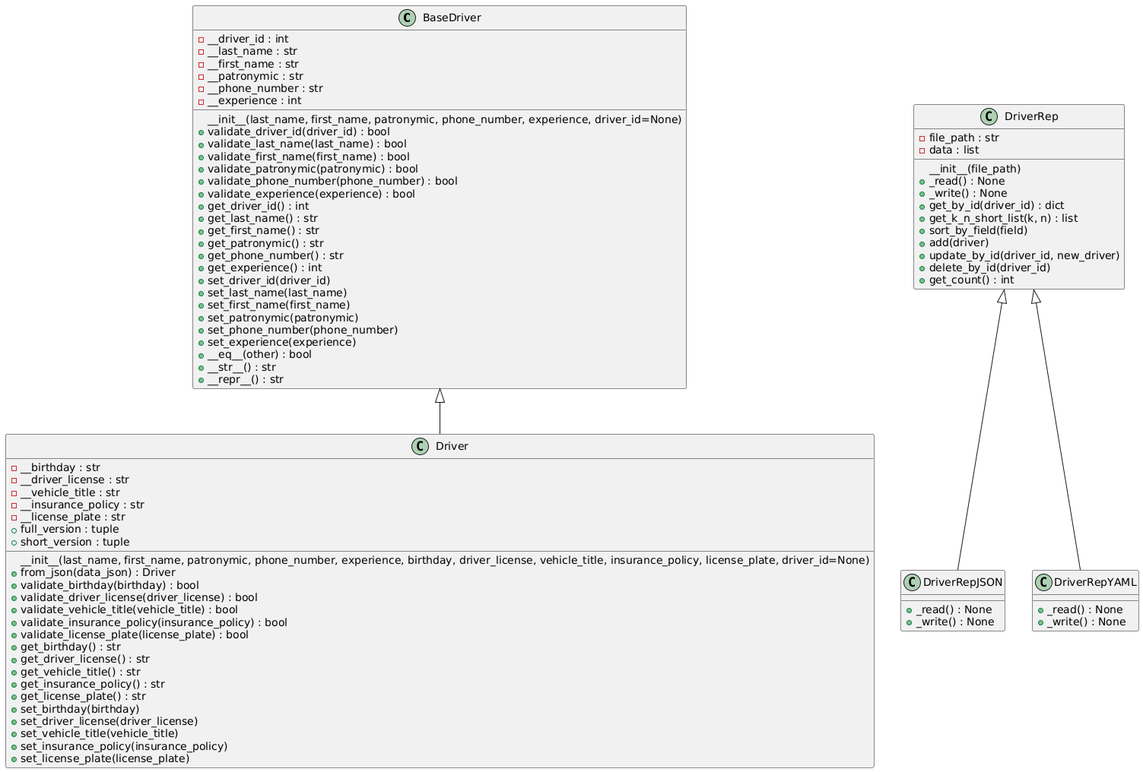
mavlyukaev/info_sys_design keeps this PlantUML diagram as LR2/3. Diagram class.png. Above is the earlier version. Its diagram source:
```plantuml
@startuml
class BaseDriver {
    - __driver_id : int
    - __last_name : str
    - __first_name : str
    - __patronymic : str
    - __phone_number : str
    - __experience : int
    __init__(last_name, first_name, patronymic, phone_number, experience, driver_id=None)
    + validate_driver_id(driver_id) : bool
    + validate_last_name(last_name) : bool
    + validate_first_name(first_name) : bool
    + validate_patronymic(patronymic) : bool
    + validate_phone_number(phone_number) : bool
    + validate_experience(experience) : bool
    + get_driver_id() : int
    + get_last_name() : str
    + get_first_name() : str
    + get_patronymic() : str
    + get_phone_number() : str
    + get_experience() : int
    + set_driver_id(driver_id)
    + set_last_name(last_name)
    + set_first_name(first_name)
    + set_patronymic(patronymic)
    + set_phone_number(phone_number)
    + set_experience(experience)
    + __eq__(other) : bool
    + __str__() : str
    + __repr__() : str
}

class Driver {
    - __birthday : str
    - __driver_license : str
    - __vehicle_title : str
    - __insurance_policy : str
    - __license_plate : str
    __init__(last_name, first_name, patronymic, phone_number, experience, birthday, driver_license, vehicle_title, insurance_policy, license_plate, driver_id=None)
    + from_json(data_json) : Driver
    + validate_birthday(birthday) : bool
    + validate_driver_license(driver_license) : bool
    + validate_vehicle_title(vehicle_title) : bool
    + validate_insurance_policy(insurance_policy) : bool
    + validate_license_plate(license_plate) : bool
    + full_version : tuple
    + short_version : tuple
    + get_birthday() : str
    + get_driver_license() : str
    + get_vehicle_title() : str
    + get_insurance_policy() : str
    + get_license_plate() : str
    + set_birthday(birthday)
    + set_driver_license(driver_license)
    + set_vehicle_title(vehicle_title)
    + set_insurance_policy(insurance_policy)
    + set_license_plate(license_plate)
}

class DriverRep {
    - file_path : str
    - data : list
    __init__(file_path)
    + _read() : None
    + _write() : None
    + get_by_id(driver_id) : dict
    + get_k_n_short_list(k, n) : list
    + sort_by_field(field)
    + add(driver)
    + update_by_id(driver_id, new_driver)
    + delete_by_id(driver_id)
    + get_count() : int
}

class DriverRepJSON {
    + _read() : None
    + _write() : None
}

class DriverRepYAML {
    + _read() : None
    + _write() : None
}

BaseDriver <|-- Driver
DriverRep <|-- DriverRepJSON
DriverRep <|-- DriverRepYAML
@enduml
```
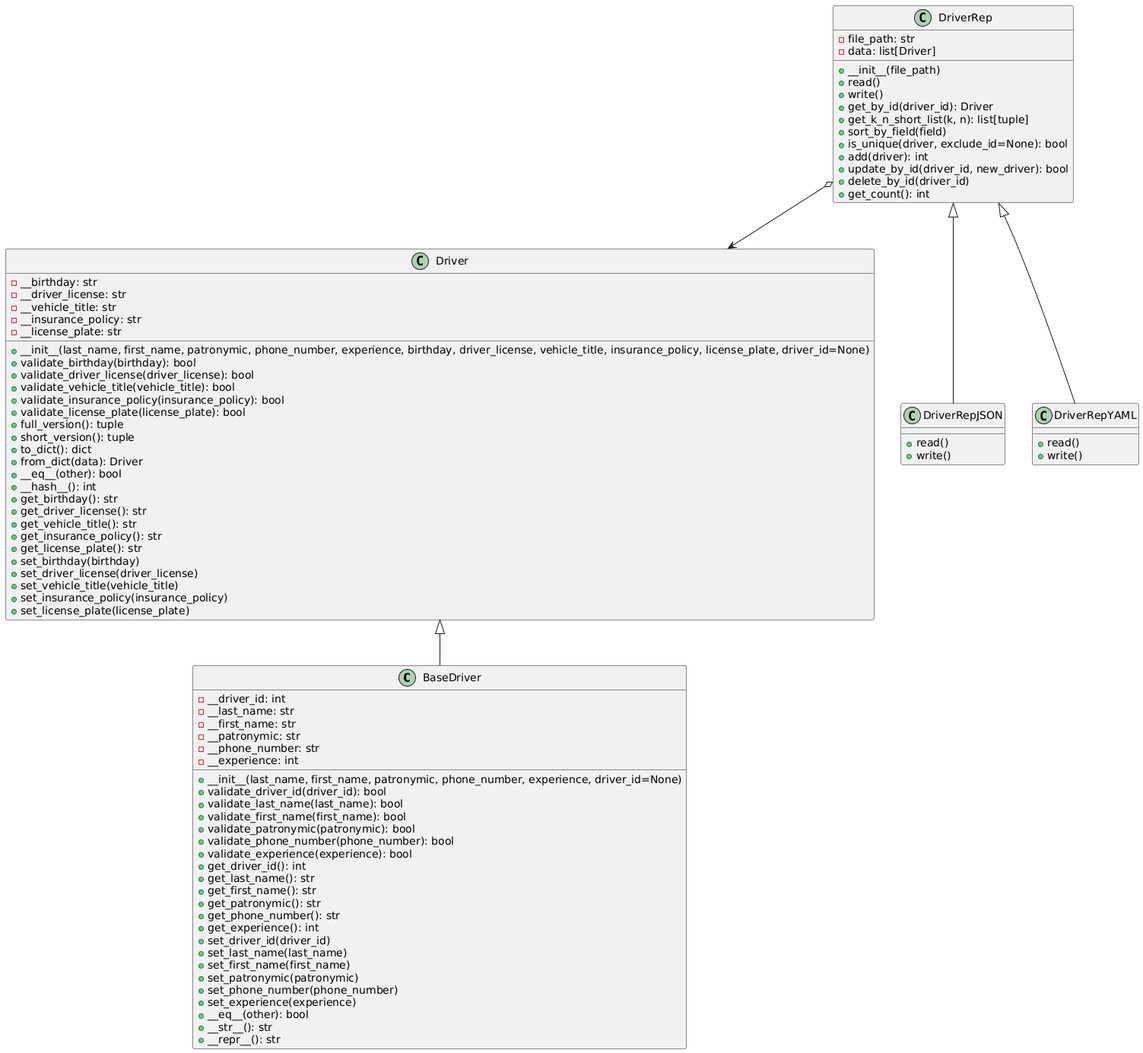
Above is the later version.

Change to the diagram source:
```diff
@@ -1,55 +1,58 @@
 @startuml
 class BaseDriver {
-    - __driver_id : int
-    - __last_name : str
-    - __first_name : str
-    - __patronymic : str
-    - __phone_number : str
-    - __experience : int
-    __init__(last_name, first_name, patronymic, phone_number, experience, driver_id=None)
-    + validate_driver_id(driver_id) : bool
-    + validate_last_name(last_name) : bool
-    + validate_first_name(first_name) : bool
-    + validate_patronymic(patronymic) : bool
-    + validate_phone_number(phone_number) : bool
-    + validate_experience(experience) : bool
-    + get_driver_id() : int
-    + get_last_name() : str
-    + get_first_name() : str
-    + get_patronymic() : str
-    + get_phone_number() : str
-    + get_experience() : int
+    - __driver_id: int
+    - __last_name: str
+    - __first_name: str
+    - __patronymic: str
+    - __phone_number: str
+    - __experience: int
+    + __init__(last_name, first_name, patronymic, phone_number, experience, driver_id=None)
+    + validate_driver_id(driver_id): bool
+    + validate_last_name(last_name): bool
+    + validate_first_name(first_name): bool
+    + validate_patronymic(patronymic): bool
+    + validate_phone_number(phone_number): bool
+    + validate_experience(experience): bool
+    + get_driver_id(): int
+    + get_last_name(): str
+    + get_first_name(): str
+    + get_patronymic(): str
+    + get_phone_number(): str
+    + get_experience(): int
     + set_driver_id(driver_id)
     + set_last_name(last_name)
     + set_first_name(first_name)
     + set_patronymic(patronymic)
     + set_phone_number(phone_number)
     + set_experience(experience)
-    + __eq__(other) : bool
-    + __str__() : str
-    + __repr__() : str
+    + __eq__(other): bool
+    + __str__(): str
+    + __repr__(): str
 }
 
 class Driver {
-    - __birthday : str
-    - __driver_license : str
-    - __vehicle_title : str
-    - __insurance_policy : str
-    - __license_plate : str
-    __init__(last_name, first_name, patronymic, phone_number, experience, birthday, driver_license, vehicle_title, insurance_policy, license_plate, driver_id=None)
-    + from_json(data_json) : Driver
-    + validate_birthday(birthday) : bool
-    + validate_driver_license(driver_license) : bool
-    + validate_vehicle_title(vehicle_title) : bool
-    + validate_insurance_policy(insurance_policy) : bool
-    + validate_license_plate(license_plate) : bool
-    + full_version : tuple
-    + short_version : tuple
-    + get_birthday() : str
-    + get_driver_license() : str
-    + get_vehicle_title() : str
-    + get_insurance_policy() : str
-    + get_license_plate() : str
+    - __birthday: str
+    - __driver_license: str
+    - __vehicle_title: str
+    - __insurance_policy: str
+    - __license_plate: str
+    + __init__(last_name, first_name, patronymic, phone_number, experience, birthday, driver_license, vehicle_title, insurance_policy, license_plate, driver_id=None)
+    + validate_birthday(birthday): bool
+    + validate_driver_license(driver_license): bool
+    + validate_vehicle_title(vehicle_title): bool
+    + validate_insurance_policy(insurance_policy): bool
+    + validate_license_plate(license_plate): bool
+    + full_version(): tuple
+    + short_version(): tuple
+    + to_dict(): dict
+    + from_dict(data): Driver
+    + __eq__(other): bool
+    + __hash__(): int
+    + get_birthday(): str
+    + get_driver_license(): str
+    + get_vehicle_title(): str
+    + get_insurance_policy(): str
+    + get_license_plate(): str
     + set_birthday(birthday)
     + set_driver_license(driver_license)
     + set_vehicle_title(vehicle_title)
@@ -58,31 +61,33 @@
 }
 
 class DriverRep {
-    - file_path : str
-    - data : list
-    __init__(file_path)
-    + _read() : None
-    + _write() : None
-    + get_by_id(driver_id) : dict
-    + get_k_n_short_list(k, n) : list
+    - file_path: str
+    - data: list[Driver]
+    + __init__(file_path)
+    + read()
+    + write()
+    + get_by_id(driver_id): Driver
+    + get_k_n_short_list(k, n): list[tuple]
     + sort_by_field(field)
-    + add(driver)
-    + update_by_id(driver_id, new_driver)
+    + is_unique(driver, exclude_id=None): bool
+    + add(driver): int
+    + update_by_id(driver_id, new_driver): bool
     + delete_by_id(driver_id)
-    + get_count() : int
+    + get_count(): int
 }
 
 class DriverRepJSON {
-    + _read() : None
-    + _write() : None
+    + read()
+    + write()
 }
 
 class DriverRepYAML {
-    + _read() : None
-    + _write() : None
+    + read()
+    + write()
 }
 
-BaseDriver <|-- Driver
 DriverRep <|-- DriverRepJSON
 DriverRep <|-- DriverRepYAML
+Driver <|-- BaseDriver
+DriverRep o--> Driver
 @enduml
```
